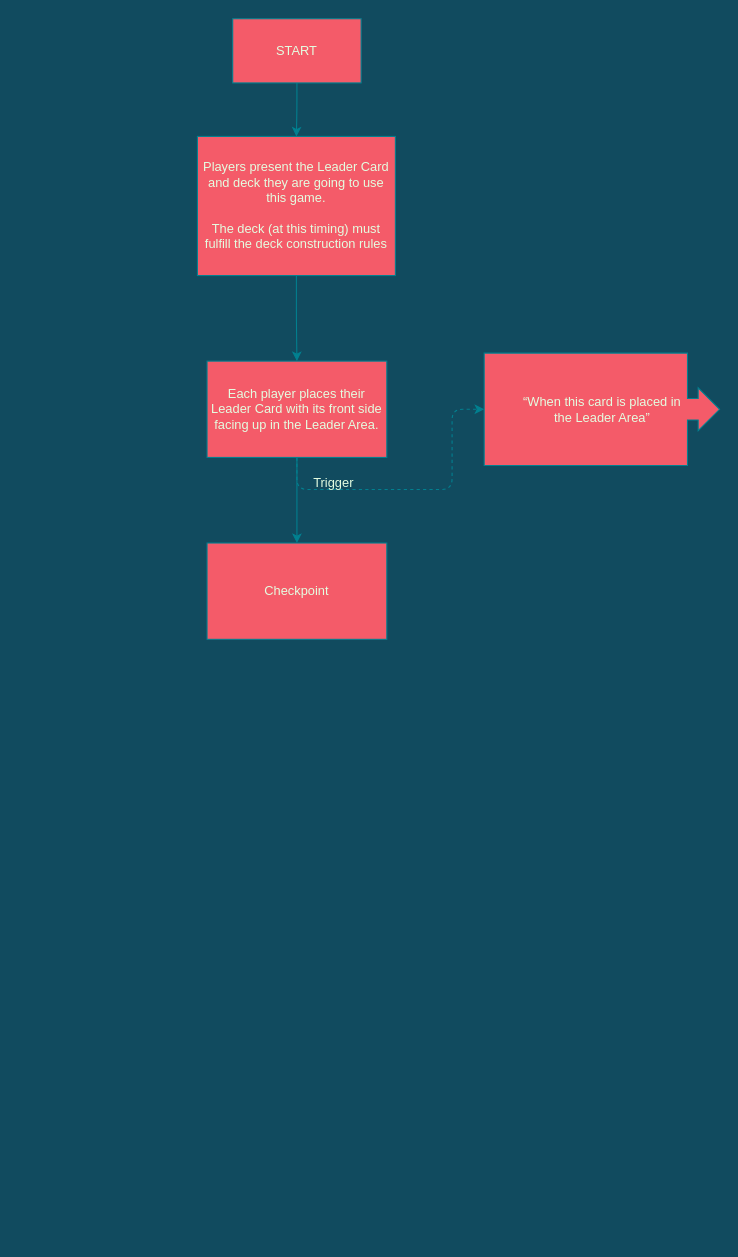
The draw.io diagram page "Setup Phase" (2 of 4) of diagrams/timing.drawio in Slamerz/Dragon-Ball-Super-Rulings, before the edit. Source tidied: cells renumbered, new cells numbered last; positions are measured from the earlier drawing's top-left corner, leaving out a move shared by most shapes. Both pictures are drawn from the tidied source at 107%, with x=0, y=0 at pixel (197, 18).
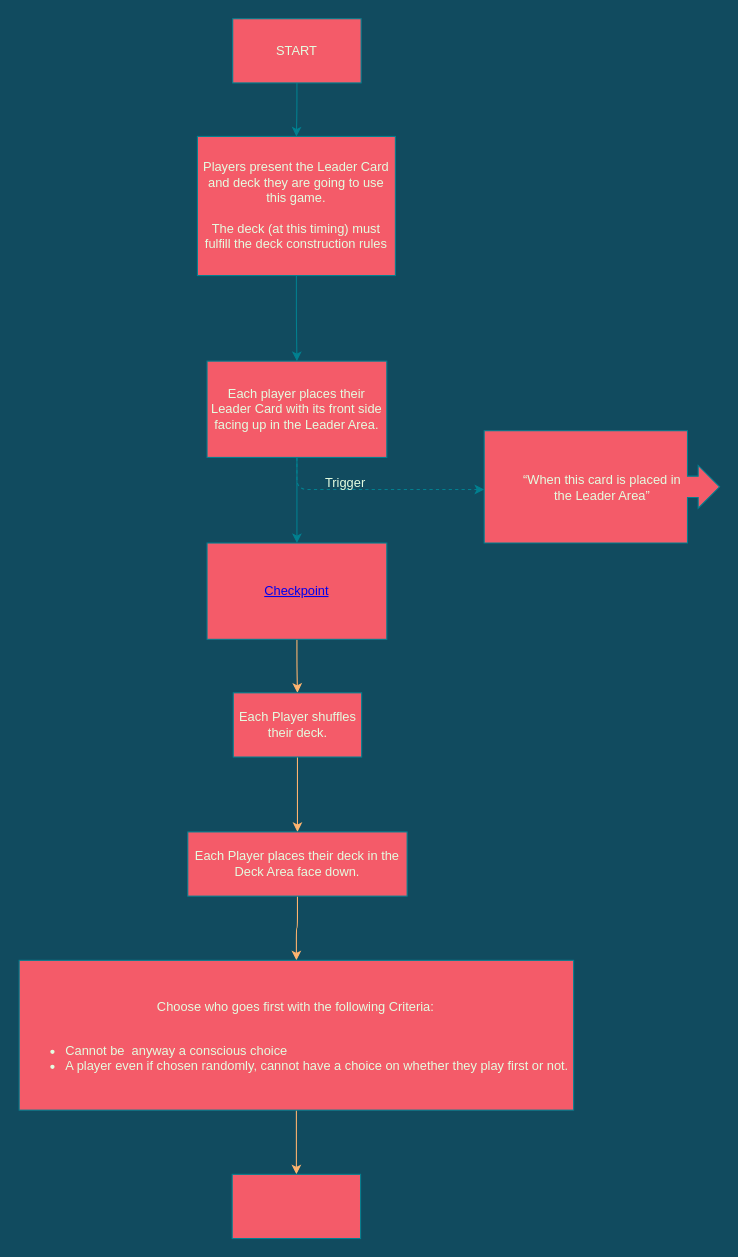
Above is the later version.

Commit message (it also covers changes not shown here):
Updated Checkpoint Details

Unchanged cells that the change refers to:
```xml
<mxCell id="8" value="Each player places their Leader Card with its front side&lt;br/&gt;facing up in the Leader Area." style="rounded=0;whiteSpace=wrap;html=1;sketch=0;fontColor=#E4FDE1;strokeColor=#028090;fillColor=#F45B69;" parent="1" vertex="1">
  <mxGeometry x="9" y="320" width="168" height="90" as="geometry" />
</mxCell>
```

Change to the diagram source:
```diff
@@
     <mxCell id="6" value="&lt;br&gt;&lt;br&gt;&lt;span style=&quot;color: rgb(228 , 253 , 225) ; font-family: &amp;quot;helvetica&amp;quot; ; font-size: 12px ; font-style: normal ; font-weight: 400 ; letter-spacing: normal ; text-align: center ; text-indent: 0px ; text-transform: none ; word-spacing: 0px ; display: inline ; float: none&quot;&gt;Trigger&lt;/span&gt;&lt;br&gt;" style="edgeStyle=orthogonalEdgeStyle;sketch=0;jettySize=auto;html=1;fontColor=#E4FDE1;strokeColor=#028090;fillColor=#F45B69;rounded=1;dashed=1;labelBackgroundColor=none;" parent="1" edge="1" source="8" target="9">
-      <mxGeometry x="-0.54" y="20" relative="1" as="geometry">
+      <mxGeometry x="-0.27" y="20" relative="1" as="geometry">
         <Array as="points">
           <mxPoint x="93" y="440" />
-          <mxPoint x="238" y="440" />
-          <mxPoint x="238" y="365" />
         </Array>
       </mxGeometry>
     </mxCell>
@@
     <mxCell id="9" value="“When this card is placed in&lt;br&gt;the Leader Area”" style="html=1;shadow=0;dashed=0;align=center;verticalAlign=middle;shape=mxgraph.arrows2.calloutArrow;dy=10;dx=20;notch=190;arrowHead=10;fontFamily=Helvetica;fontSize=12;fontColor=#E4FDE1;strokeColor=#028090;fillColor=#F45B69;sketch=0;" parent="1" vertex="1">
-      <mxGeometry x="268" y="312.5" width="220" height="105" as="geometry" />
+      <mxGeometry x="268" y="385" width="220" height="105" as="geometry" />
     </mxCell>
+    <mxCell id="11" style="edgeStyle=orthogonalEdgeStyle;rounded=1;jettySize=auto;html=1;labelBackgroundColor=none;fontColor=#99FF33;strokeColor=#FFB570;" parent="1" edge="1" source="10" target="13">
+      <mxGeometry relative="1" as="geometry" />
+    </mxCell>
-    <mxCell id="10" value="Checkpoint" style="rounded=0;whiteSpace=wrap;html=1;sketch=0;fontColor=#E4FDE1;strokeColor=#028090;fillColor=#F45B69;" parent="1" vertex="1">
+    <mxCell id="10" value="&lt;a href=&quot;data:page/id,3pNS6CPOeMwr3DZdlzzK&quot;&gt;Checkpoint&lt;/a&gt;" style="rounded=0;whiteSpace=wrap;html=1;sketch=0;fontColor=#E4FDE1;strokeColor=#028090;fillColor=#F45B69;" parent="1" vertex="1">
       <mxGeometry x="9" y="490" width="168" height="90" as="geometry" />
     </mxCell>
+    <mxCell id="12" style="edgeStyle=orthogonalEdgeStyle;rounded=1;jettySize=auto;html=1;labelBackgroundColor=none;fontColor=#99FF33;strokeColor=#FFB570;" parent="1" edge="1" source="13" target="15">
+      <mxGeometry relative="1" as="geometry" />
+    </mxCell>
+    <mxCell id="13" value="Each Player shuffles their deck." style="whiteSpace=wrap;html=1;rounded=0;fontColor=#E4FDE1;strokeColor=#028090;fillColor=#F45B69;sketch=0;" parent="1" vertex="1">
+      <mxGeometry x="33.5" y="630" width="120" height="60" as="geometry" />
+    </mxCell>
+    <mxCell id="14" style="edgeStyle=orthogonalEdgeStyle;rounded=1;jettySize=auto;html=1;labelBackgroundColor=none;fontColor=#99FF33;strokeColor=#FFB570;" parent="1" edge="1" source="15" target="17">
+      <mxGeometry relative="1" as="geometry" />
+    </mxCell>
+    <mxCell id="15" value="Each Player places their deck in the Deck Area face down." style="whiteSpace=wrap;html=1;rounded=0;fontColor=#E4FDE1;strokeColor=#028090;fillColor=#F45B69;sketch=0;" parent="1" vertex="1">
+      <mxGeometry x="-9" y="760" width="205" height="60" as="geometry" />
+    </mxCell>
+    <mxCell id="16" style="edgeStyle=orthogonalEdgeStyle;rounded=1;jettySize=auto;html=1;labelBackgroundColor=none;fontColor=#99FF33;strokeColor=#FFB570;" parent="1" edge="1" source="17" target="18">
+      <mxGeometry relative="1" as="geometry" />
+    </mxCell>
+    <mxCell id="17" value="&lt;br&gt;Choose who goes first with the following Criteria:&lt;br&gt;&lt;br&gt;&lt;ul&gt;&lt;li style=&quot;text-align: left&quot;&gt;Cannot be&amp;nbsp; anyway a conscious choice&lt;/li&gt;&lt;li style=&quot;text-align: left&quot;&gt;A player even if chosen randomly, cannot have a choice on whether they play first or not.&lt;/li&gt;&lt;/ul&gt;" style="whiteSpace=wrap;html=1;rounded=0;fontColor=#E4FDE1;strokeColor=#028090;fillColor=#F45B69;sketch=0;" parent="1" vertex="1">
+      <mxGeometry x="-166.6" y="880" width="518.2" height="140" as="geometry" />
+    </mxCell>
+    <mxCell id="18" style="whiteSpace=wrap;html=1;rounded=0;fontColor=#E4FDE1;strokeColor=#028090;fillColor=#F45B69;sketch=0;" parent="1" vertex="1">
+      <mxGeometry x="32.5" y="1080" width="120" height="60" as="geometry" />
+    </mxCell>
```
